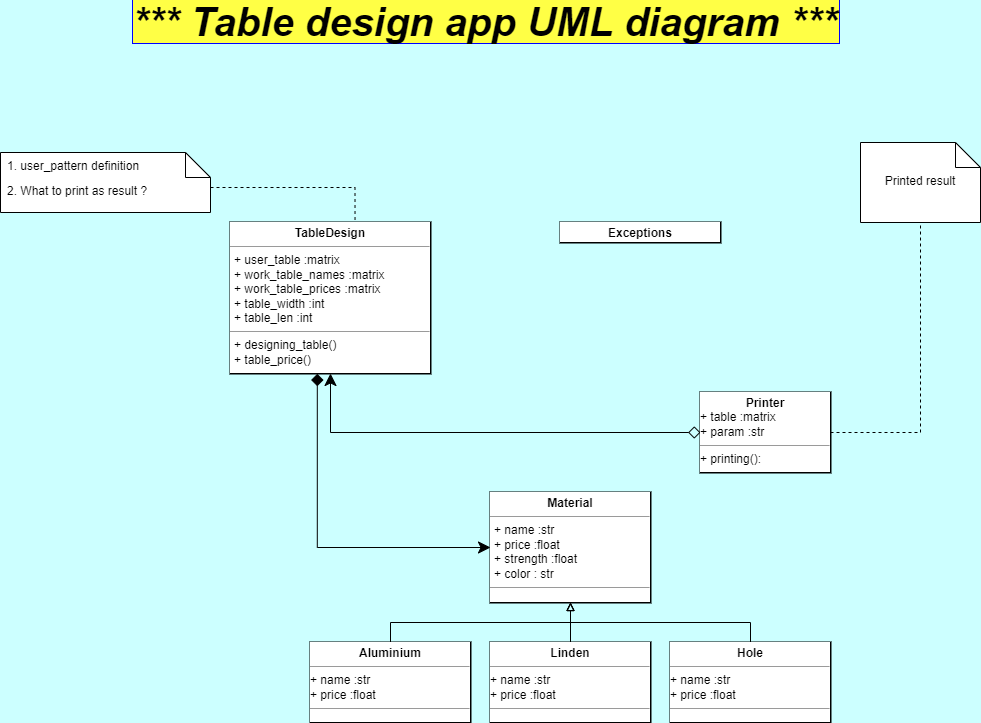
jordrag/Exercises keeps this draw.io diagram as Table/images/Table_design_UML.drawio.png. Above is the earlier version. Source tidied: cells renumbered, new cells last; positions are measured from the earlier drawing's top-left corner, leaving out a move shared by most shapes.
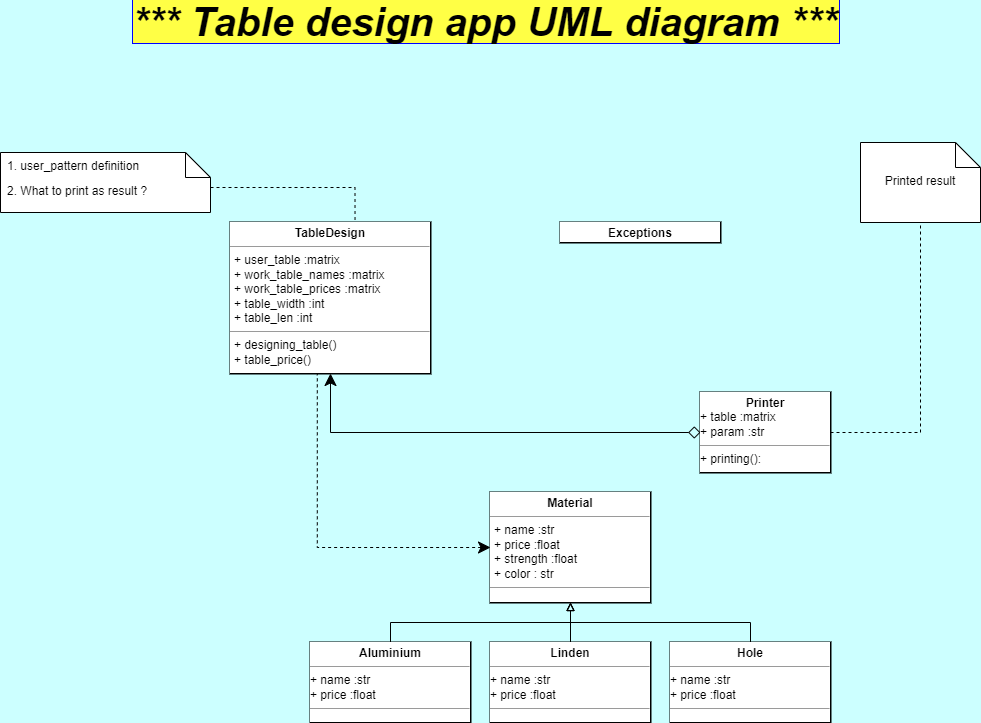
The same diagram one commit later.

Commit message:
UML diagram

Diff of the diagram source:
```diff
@@ -14,7 +14,7 @@
     <mxCell id="4" value="&lt;p style=&quot;margin:0px;margin-top:4px;text-align:center;&quot;&gt;&lt;b&gt;TableDesign&lt;/b&gt;&lt;br&gt;&lt;/p&gt;&lt;hr size=&quot;1&quot;&gt;&lt;p style=&quot;margin:0px;margin-left:4px;&quot;&gt;+ user_table :matrix&lt;br&gt;&lt;/p&gt;&lt;p style=&quot;margin:0px;margin-left:4px;&quot;&gt;+ work_table_names :matrix&lt;/p&gt;&lt;p style=&quot;margin:0px;margin-left:4px;&quot;&gt;+ work_table_prices :matrix&lt;/p&gt;&lt;p style=&quot;margin:0px;margin-left:4px;&quot;&gt;+ table_width :int&lt;br&gt;&lt;/p&gt;&lt;p style=&quot;margin:0px;margin-left:4px;&quot;&gt;+ table_len :int&lt;br&gt;&lt;/p&gt;&lt;hr size=&quot;1&quot;&gt;&lt;p style=&quot;margin:0px;margin-left:4px;&quot;&gt;+ designing_table()&lt;/p&gt;&lt;p style=&quot;margin:0px;margin-left:4px;&quot;&gt;+ table_price()&lt;br&gt;&lt;/p&gt;&lt;hr size=&quot;1&quot;&gt;&amp;nbsp;&lt;p style=&quot;margin:0px;margin-left:4px;&quot;&gt;&amp;nbsp;&lt;/p&gt;" style="verticalAlign=top;align=left;overflow=fill;fontSize=12;fontFamily=Helvetica;html=1;rounded=0;glass=0;labelBackgroundColor=#FFFFFF;labelBorderColor=none;fillColor=none;perimeterSpacing=0;strokeColor=default;strokeWidth=2;fillStyle=solid;gradientColor=default;" parent="1" vertex="1">
       <mxGeometry x="230" y="210" width="200" height="151" as="geometry" />
     </mxCell>
-    <mxCell id="5" style="edgeStyle=orthogonalEdgeStyle;rounded=0;jettySize=auto;html=1;exitX=0;exitY=0.5;exitDx=0;exitDy=0;entryX=0.434;entryY=1.002;entryDx=0;entryDy=0;entryPerimeter=0;startArrow=classic;startFill=1;endArrow=diamond;endFill=1;endSize=10;startSize=10;" parent="1" edge="1" source="6" target="4">
+    <mxCell id="5" style="edgeStyle=orthogonalEdgeStyle;rounded=0;jettySize=auto;html=1;exitX=0;exitY=0.5;exitDx=0;exitDy=0;entryX=0.434;entryY=1.002;entryDx=0;entryDy=0;entryPerimeter=0;startArrow=classic;startFill=1;endArrow=none;endFill=0;endSize=10;startSize=10;dashed=1;" parent="1" edge="1" source="6" target="4">
       <mxGeometry relative="1" as="geometry" />
     </mxCell>
     <mxCell id="6" value="&lt;p style=&quot;margin:0px;margin-top:4px;text-align:center;&quot;&gt;&lt;b&gt;Material&lt;/b&gt;&lt;br&gt;&lt;/p&gt;&lt;hr size=&quot;1&quot;&gt;&lt;p style=&quot;margin:0px;margin-left:4px;&quot;&gt;+ name :str&lt;br&gt;&lt;/p&gt;&lt;p style=&quot;margin:0px;margin-left:4px;&quot;&gt;+ price :float&lt;br&gt;&lt;/p&gt;&lt;p style=&quot;margin:0px;margin-left:4px;&quot;&gt;+ strength :float&lt;br&gt;&lt;/p&gt;&lt;p style=&quot;margin:0px;margin-left:4px;&quot;&gt;+ color : str&lt;/p&gt;&lt;hr size=&quot;1&quot;&gt;" style="verticalAlign=top;align=left;overflow=fill;fontSize=12;fontFamily=Helvetica;html=1;rounded=0;glass=0;labelBackgroundColor=#FFFFFF;labelBorderColor=none;fillColor=none;perimeterSpacing=0;strokeColor=default;strokeWidth=2;fillStyle=solid;gradientColor=default;" parent="1" vertex="1">
```
